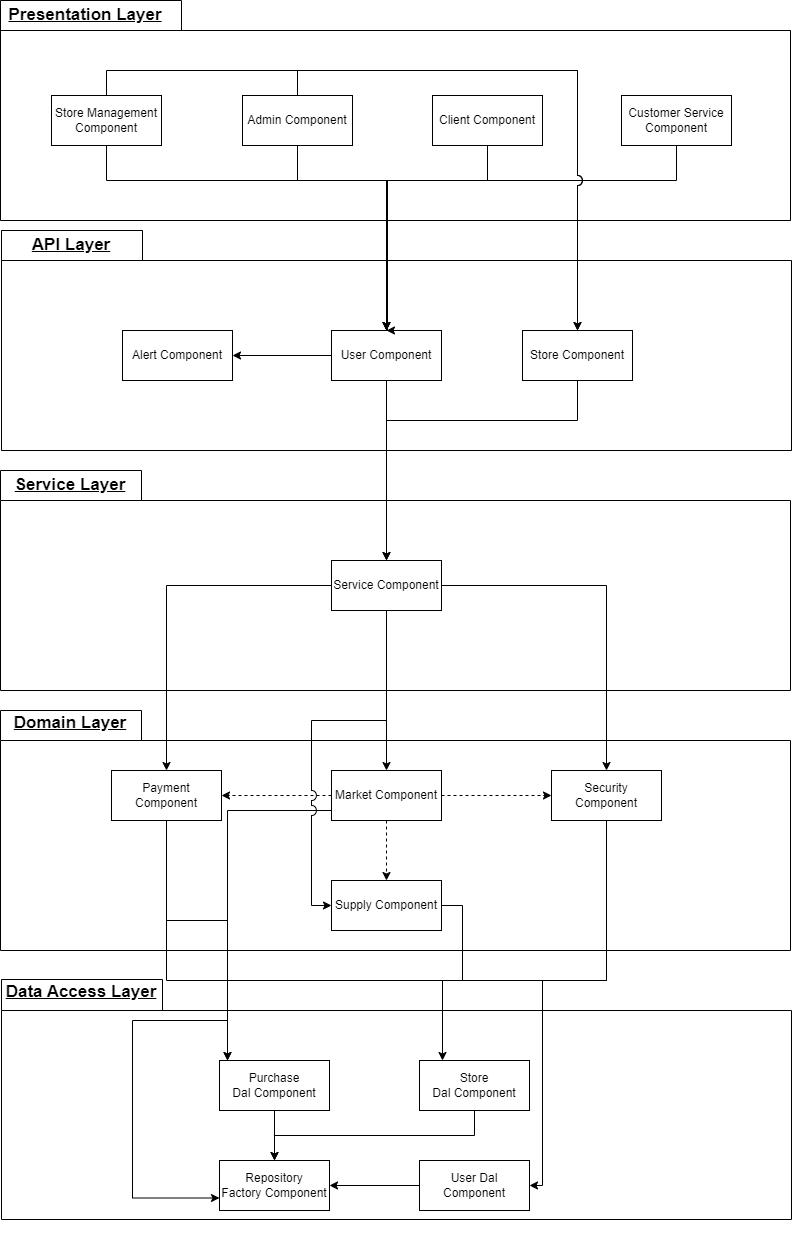
Before: docs/Architecture diagram.png, a diagram exported from draw.io (Massader/SadnaTeam17A). Source tidied: cells renumbered, new cells last; positions are measured from the earlier drawing's top-left corner, leaving out a move shared by most shapes.
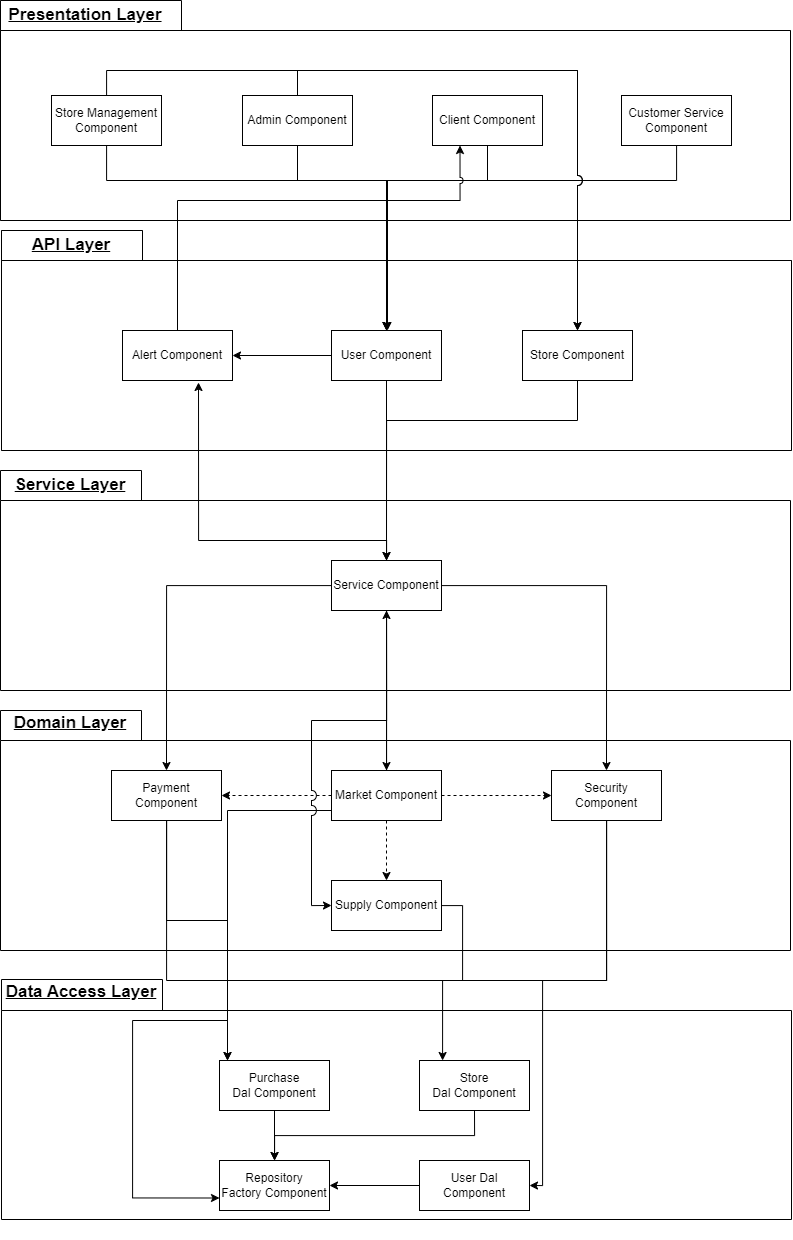
The same file after the commit.

Change to the diagram source:
```diff
@@ -48,6 +48,11 @@
         </Array>
       </mxGeometry>
     </mxCell>
+    <mxCell id="68" style="edgeStyle=orthogonalEdgeStyle;rounded=0;jettySize=auto;html=1;" parent="1" edge="1" source="16">
+      <mxGeometry relative="1" as="geometry">
+        <mxPoint x="386" y="610" as="targetPoint" />
+      </mxGeometry>
+    </mxCell>
     <mxCell id="16" value="Market Component" style="html=1;whiteSpace=wrap;fillColor=none;strokeColor=default;" parent="1" vertex="1">
       <mxGeometry x="331" y="770" width="110" height="50" as="geometry" />
     </mxCell>
@@ -276,5 +281,21 @@
         </Array>
       </mxGeometry>
     </mxCell>
+    <mxCell id="69" style="edgeStyle=orthogonalEdgeStyle;rounded=0;jettySize=auto;html=1;entryX=0.691;entryY=1.04;entryDx=0;entryDy=0;entryPerimeter=0;" parent="1" edge="1" source="9" target="32">
+      <mxGeometry relative="1" as="geometry">
+        <Array as="points">
+          <mxPoint x="386" y="540" />
+          <mxPoint x="198" y="540" />
+        </Array>
+      </mxGeometry>
+    </mxCell>
+    <mxCell id="70" style="edgeStyle=orthogonalEdgeStyle;rounded=0;jettySize=auto;html=1;entryX=0.25;entryY=1;entryDx=0;entryDy=0;jumpStyle=arc;" parent="1" edge="1" source="32" target="42">
+      <mxGeometry relative="1" as="geometry">
+        <Array as="points">
+          <mxPoint x="177" y="200" />
+          <mxPoint x="460" y="200" />
+        </Array>
+      </mxGeometry>
+    </mxCell>
   </root>
 </mxGraphModel>
```
